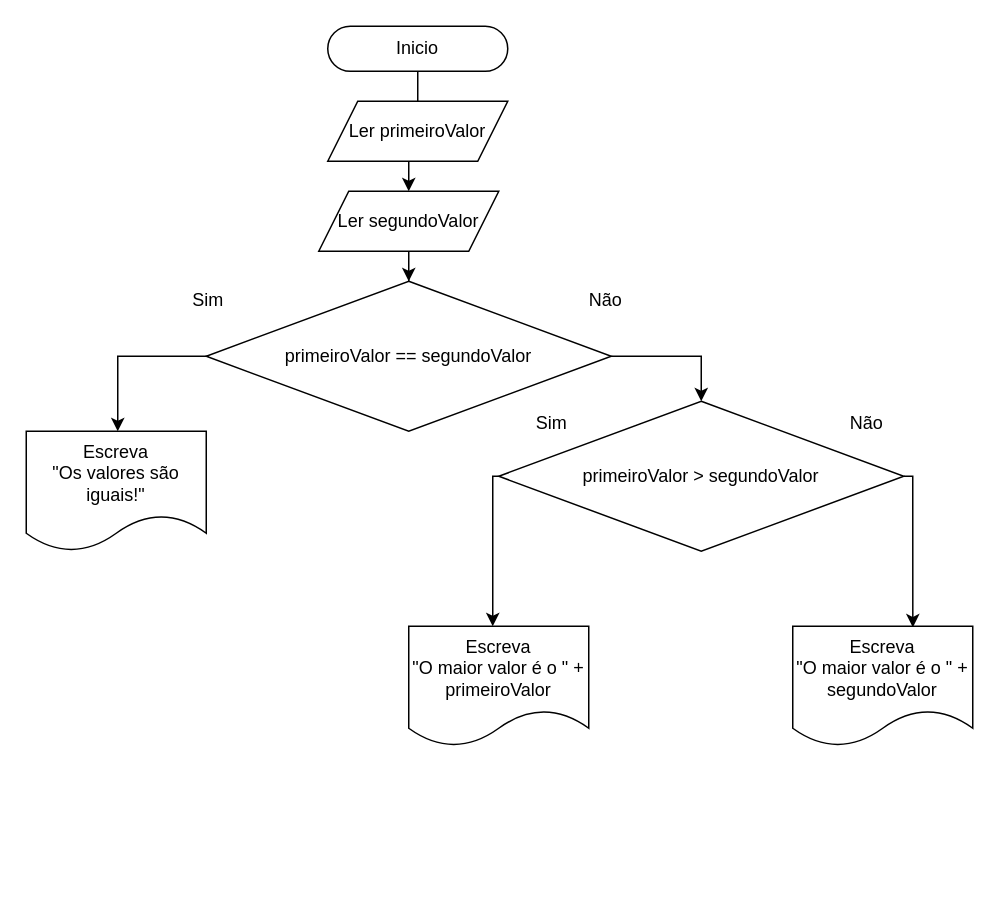
Above: Aula-03-Exercicios-Fluxogramas.drawio in Maicon-S-Rodrigues/FATEC-SI-Progamacao-01 (draw.io), before the change. Source tidied: cells renumbered, new cells numbered last; positions are measured from the earlier drawing's top-left corner, leaving out a move shared by most shapes. Both pictures are drawn from the tidied source at 150%, with x=0, y=0 at pixel (26, 26).
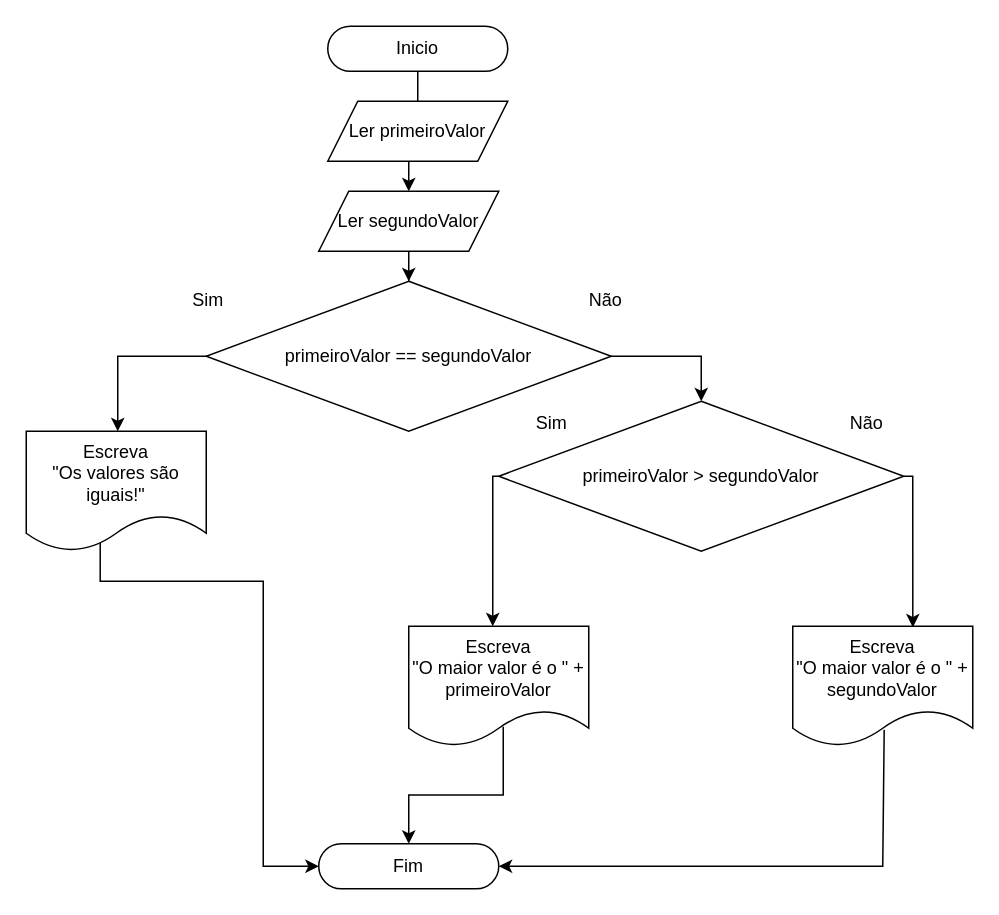
The same diagram, later.

Unchanged cells that the change refers to:
```xml
<mxCell id="10" value="Escreva &lt;br&gt;&quot;Os valores são iguais!&quot;" style="shape=document;whiteSpace=wrap;html=1;boundedLbl=1;" parent="1" vertex="1">
  <mxGeometry y="270" width="120" height="80" as="geometry" />
</mxCell>
<mxCell id="14" value="Escreva &lt;br&gt;&quot;O maior valor é o &quot; + primeiroValor" style="shape=document;whiteSpace=wrap;html=1;boundedLbl=1;" parent="1" vertex="1">
  <mxGeometry x="255" y="400" width="120" height="80" as="geometry" />
</mxCell>
<mxCell id="15" value="Escreva &lt;br&gt;&quot;O maior valor é o &quot; + segundoValor" style="shape=document;whiteSpace=wrap;html=1;boundedLbl=1;" parent="1" vertex="1">
  <mxGeometry x="511" y="400" width="120" height="80" as="geometry" />
</mxCell>
```

What changed in the source:
```diff
@@
+    <mxCell id="20" style="edgeStyle=orthogonalEdgeStyle;rounded=0;jettySize=auto;html=1;entryX=0;entryY=0.5;entryDx=0;entryDy=0;exitX=0.411;exitY=0.929;exitDx=0;exitDy=0;exitPerimeter=0;" parent="1" edge="1" source="10" target="23">
+      <mxGeometry relative="1" as="geometry">
+        <Array as="points">
+          <mxPoint x="49" y="370" />
+          <mxPoint x="158" y="370" />
+          <mxPoint x="158" y="560" />
+        </Array>
+      </mxGeometry>
+    </mxCell>
@@
+    <mxCell id="21" style="edgeStyle=orthogonalEdgeStyle;rounded=0;jettySize=auto;html=1;entryX=0.5;entryY=0;entryDx=0;entryDy=0;exitX=0.525;exitY=0.838;exitDx=0;exitDy=0;exitPerimeter=0;" parent="1" edge="1" source="14" target="23">
+      <mxGeometry relative="1" as="geometry" />
+    </mxCell>
@@
+    <mxCell id="22" style="edgeStyle=orthogonalEdgeStyle;rounded=0;jettySize=auto;html=1;entryX=1;entryY=0.5;entryDx=0;entryDy=0;exitX=0.508;exitY=0.863;exitDx=0;exitDy=0;exitPerimeter=0;" parent="1" edge="1" source="15" target="23">
+      <mxGeometry relative="1" as="geometry">
+        <Array as="points">
+          <mxPoint x="571" y="560" />
+        </Array>
+      </mxGeometry>
+    </mxCell>
@@
+    <mxCell id="23" value="Fim" style="rounded=1;whiteSpace=wrap;html=1;arcSize=50;" parent="1" vertex="1">
+      <mxGeometry x="195" y="545" width="120" height="30" as="geometry" />
+    </mxCell>
```
